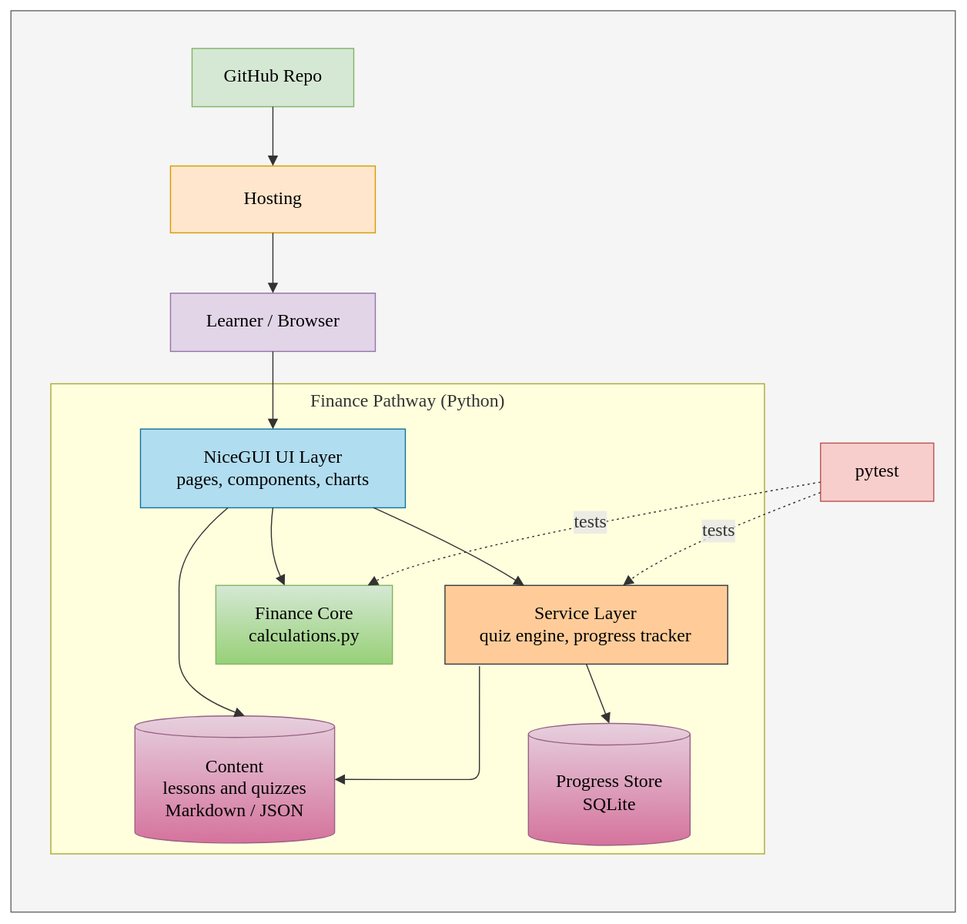
The draw.io diagram architecture-v1.svg in LithikhaB/finance-pathway, before a commit. Source tidied: cells renumbered, new cells last; positions are measured from the earlier drawing's top-left corner, leaving out a move shared by most shapes.
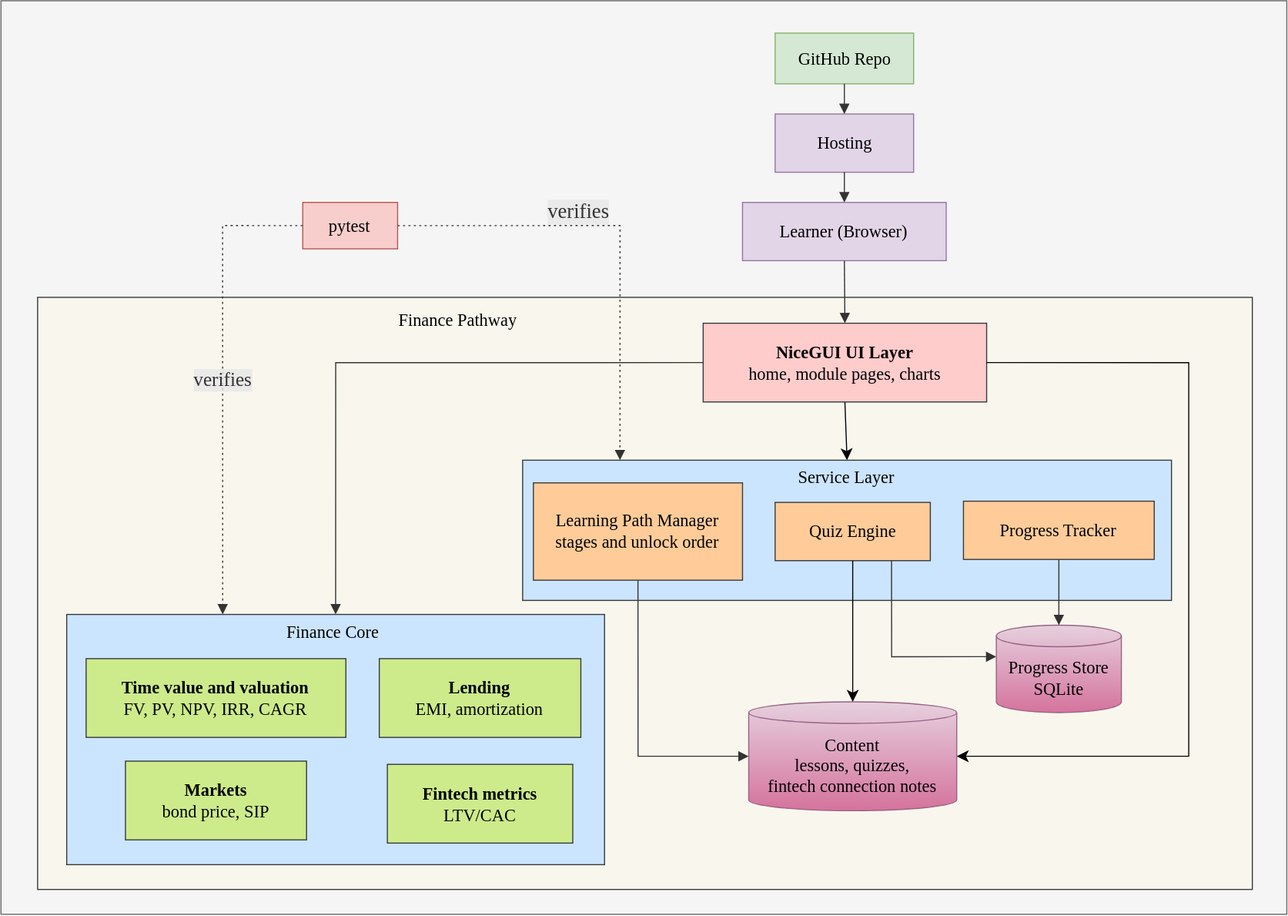
Later version of the same file.

What changed in the source:
```diff
@@ -2,97 +2,103 @@
   <root>
     <mxCell id="0" />
     <mxCell id="1" parent="0" />
-    <mxCell id="2" style="group;transparentBounds=1;editIcon=1;lockedGroup=0;groupPadding=10;fontFamily=Verdana;fontSize=17;" parent="1" vertex="1">
-      <mxGeometry x="7" y="5" as="geometry" />
-    </mxCell>
-    <mxCell id="3" style="rounded=0;whiteSpace=wrap;html=1;fillColor=#f5f5f5;fontColor=#333333;strokeColor=#666666;" parent="2" vertex="1">
-      <mxGeometry x="-7" y="-5" width="876" height="836" as="geometry" />
-    </mxCell>
-    <mxCell id="4" value="Finance Pathway (Python)" style="html=1;whiteSpace=wrap;strokeWidth=1;verticalAlign=top;fillColor=light-dark(#ffffde,#1f2020);strokeColor=light-dark(#aaaa33,#cccccc);fontColor=light-dark(#333333,#cccccc);fontFamily=Verdana;fontSize=17;" parent="2" vertex="1">
-      <mxGeometry x="30" y="341" width="662" height="436" as="geometry" />
-    </mxCell>
-    <mxCell id="5" value="NiceGUI UI Layer&#10;pages, components, charts" style="html=1;whiteSpace=wrap;strokeWidth=1;fillColor=#b1ddf0;strokeColor=#10739e;fontFamily=Verdana;fontSize=17;" parent="4" vertex="1">
-      <mxGeometry x="83.2" y="42" width="245.7" height="73" as="geometry" />
-    </mxCell>
-    <mxCell id="6" value="Service Layer&#10;quiz engine, progress tracker" style="html=1;whiteSpace=wrap;strokeWidth=1;fillColor=#ffcc99;strokeColor=#36393d;fontFamily=Verdana;fontSize=17;" parent="4" vertex="1">
-      <mxGeometry x="365.6" y="187" width="262.3" height="73" as="geometry" />
-    </mxCell>
-    <mxCell id="7" value="Finance Core&#10;calculations.py" style="html=1;whiteSpace=wrap;strokeWidth=1;fillColor=#d5e8d4;strokeColor=#82b366;fontFamily=Verdana;fontSize=17;gradientColor=#97d077;" parent="4" vertex="1">
-      <mxGeometry x="153.1" y="187" width="163.8" height="73" as="geometry" />
-    </mxCell>
-    <mxCell id="8" value="Content&#10;lessons and quizzes&#10;Markdown / JSON" style="html=1;shape=cylinder3;boundedLbl=1;backgroundOutline=1;size=10;strokeWidth=1;whiteSpace=wrap;fillColor=#e6d0de;strokeColor=#996185;fontFamily=Verdana;fontSize=17;gradientColor=#d5739d;" parent="4" vertex="1">
-      <mxGeometry x="78" y="308" width="185.2" height="118" as="geometry" />
-    </mxCell>
-    <mxCell id="9" style="curved=1;startArrow=none;endArrow=block;endSize=7;strokeColor=light-dark(#333333,#cccccc);exitX=0.88;exitY=1;entryX=0.28;entryY=0;rounded=0;fontSize=17;fontFamily=Verdana;" parent="4" edge="1" source="5" target="6">
-      <mxGeometry relative="1" as="geometry">
-        <Array as="points">
-          <mxPoint x="384.1" y="153" />
-        </Array>
-      </mxGeometry>
-    </mxCell>
-    <mxCell id="10" style="curved=1;startArrow=none;endArrow=block;endSize=7;strokeColor=light-dark(#333333,#cccccc);exitX=0.5;exitY=1;entryX=0.39;entryY=0;rounded=0;fontSize=17;fontFamily=Verdana;" parent="4" edge="1" source="5" target="7">
-      <mxGeometry relative="1" as="geometry">
-        <Array as="points">
-          <mxPoint x="200.8" y="153" />
-        </Array>
-      </mxGeometry>
-    </mxCell>
-    <mxCell id="11" style="curved=1;startArrow=none;endArrow=block;endSize=7;strokeColor=light-dark(#333333,#cccccc);exitX=0.33;exitY=1;entryX=0.55;entryY=0;rounded=0;fontSize=17;fontFamily=Verdana;" parent="4" edge="1" source="5" target="8">
-      <mxGeometry relative="1" as="geometry">
-        <Array as="points">
-          <mxPoint x="118.9" y="153" />
-          <mxPoint x="118.9" y="224" />
-          <mxPoint x="118.9" y="285" />
-        </Array>
-      </mxGeometry>
-    </mxCell>
-    <mxCell id="12" style="startArrow=none;endArrow=block;endSize=7;strokeColor=light-dark(#333333,#cccccc);exitX=0.122;exitY=1.027;entryX=1;entryY=0.5;rounded=1;fontSize=17;fontFamily=Verdana;entryDx=0;entryDy=0;entryPerimeter=0;edgeStyle=orthogonalEdgeStyle;exitDx=0;exitDy=0;exitPerimeter=0;" parent="4" edge="1" source="6" target="8">
-      <mxGeometry relative="1" as="geometry">
-        <Array as="points">
-          <mxPoint x="397.6" y="367.1" />
-        </Array>
-      </mxGeometry>
-    </mxCell>
-    <mxCell id="13" value="Learner / Browser" style="html=1;whiteSpace=wrap;strokeWidth=1;fillColor=#e1d5e7;strokeColor=#9673a6;fontFamily=Verdana;fontSize=17;" parent="2" vertex="1">
-      <mxGeometry x="141" y="257" width="190" height="54" as="geometry" />
-    </mxCell>
+    <mxCell id="24" style="rounded=0;whiteSpace=wrap;html=1;fillColor=#f5f5f5;fontColor=#333333;strokeColor=#666666;" parent="1" vertex="1">
+      <mxGeometry x="128" y="16" width="1193" height="847" as="geometry" />
+    </mxCell>
+    <mxCell id="25" style="rounded=0;whiteSpace=wrap;html=1;fillColor=#f9f7ed;strokeColor=#36393d;" parent="1" vertex="1">
+      <mxGeometry x="162" y="291" width="1127" height="549" as="geometry" />
+    </mxCell>
+    <mxCell id="26" value="Service Layer" style="html=1;whiteSpace=wrap;strokeWidth=1;verticalAlign=top;fillColor=#cce5ff;strokeColor=#36393d;fontFamily=Verdana;fontSize=16;" parent="1" vertex="1">
+      <mxGeometry x="612" y="442" width="602" height="130" as="geometry" />
+    </mxCell>
+    <mxCell id="27" value="Learner (Browser)" style="html=1;whiteSpace=wrap;strokeWidth=1;fillColor=#e1d5e7;strokeColor=#9673a6;fontFamily=Verdana;fontSize=16;" parent="1" vertex="1">
+      <mxGeometry x="816" y="203" width="189" height="54" as="geometry" />
+    </mxCell>
-    <mxCell id="14" value="pytest" style="html=1;whiteSpace=wrap;strokeWidth=1;fillColor=#f8cecc;strokeColor=#b85450;fontFamily=Verdana;fontSize=17;" parent="2" vertex="1">
-      <mxGeometry x="744" y="396" width="105" height="54" as="geometry" />
+    <mxCell id="14" value="pytest" style="html=1;whiteSpace=wrap;strokeWidth=1;fillColor=#f8cecc;strokeColor=#b85450;fontFamily=Verdana;fontSize=16;" parent="1" vertex="1">
+      <mxGeometry x="408" y="203" width="88" height="43" as="geometry" />
     </mxCell>
-    <mxCell id="15" value="GitHub Repo" style="html=1;whiteSpace=wrap;strokeWidth=1;fillColor=#d5e8d4;strokeColor=#82b366;fontFamily=Verdana;fontSize=17;" parent="2" vertex="1">
-      <mxGeometry x="161" y="30" width="150" height="54" as="geometry" />
+    <mxCell id="15" value="GitHub Repo" style="html=1;whiteSpace=wrap;strokeWidth=1;fillColor=#d5e8d4;strokeColor=#82b366;fontFamily=Verdana;fontSize=16;" parent="1" vertex="1">
+      <mxGeometry x="846.2" y="46" width="128.5" height="47" as="geometry" />
     </mxCell>
-    <mxCell id="16" value="Hosting" style="html=1;whiteSpace=wrap;strokeWidth=1;fillColor=#ffe6cc;strokeColor=#d79b00;fontFamily=Verdana;fontSize=17;" parent="2" vertex="1">
-      <mxGeometry x="141" y="139" width="190" height="62" as="geometry" />
+    <mxCell id="16" value="Hosting" style="html=1;whiteSpace=wrap;strokeWidth=1;fillColor=#e1d5e7;strokeColor=#9673a6;fontFamily=Verdana;fontSize=16;" parent="1" vertex="1">
+      <mxGeometry x="846.2" y="121" width="128.5" height="54" as="geometry" />
     </mxCell>
-    <mxCell id="17" style="curved=1;startArrow=none;endArrow=block;endSize=7;strokeColor=light-dark(#333333,#cccccc);exitX=0.5;exitY=1;entryX=0.5;entryY=0;rounded=0;fontSize=17;fontFamily=Verdana;" parent="2" edge="1" source="13" target="5">
-      <mxGeometry relative="1" as="geometry" />
-    </mxCell>
-    <mxCell id="18" value="tests" style="curved=1;dashed=1;dashPattern=2 3;fixDash=1;startArrow=none;endArrow=block;endSize=7;strokeColor=light-dark(#333333,#cccccc);html=1;fontSize=17;labelBackgroundColor=light-dark(#E8E8E88D,#2a2a2a8D);fontFamily=Verdana;fontColor=light-dark(#333333,#cccccc);exitX=0;exitY=0.67;entryX=0.86;entryY=0;rounded=0;" parent="2" edge="1" source="14" target="7">
-      <mxGeometry relative="1" as="geometry">
-        <Array as="points">
-          <mxPoint x="387" y="494" />
-        </Array>
-      </mxGeometry>
-    </mxCell>
-    <mxCell id="19" value="tests" style="curved=1;dashed=1;dashPattern=2 3;fixDash=1;startArrow=none;endArrow=block;endSize=7;strokeColor=light-dark(#333333,#cccccc);html=1;fontSize=17;labelBackgroundColor=light-dark(#E8E8E88D,#2a2a2a8D);fontFamily=Verdana;fontColor=light-dark(#333333,#cccccc);exitX=0;exitY=0.85;entryX=0.63;entryY=0;rounded=0;" parent="2" edge="1" source="14" target="6">
-      <mxGeometry relative="1" as="geometry">
-        <Array as="points">
-          <mxPoint x="606" y="494" />
-        </Array>
-      </mxGeometry>
-    </mxCell>
+    <mxCell id="28" style="curved=1;startArrow=none;endArrow=block;endSize=7;strokeColor=light-dark(#333333,#cccccc);exitX=0.5;exitY=1;entryX=0.5;entryY=0;rounded=0;fontSize=16;fontFamily=Verdana;" parent="1" edge="1" source="27" target="37">
+      <mxGeometry relative="1" as="geometry" />
+    </mxCell>
+    <mxCell id="29" value="&lt;font style=&quot;font-size: 18px;&quot;&gt;verifies&lt;/font&gt;" style="dashed=1;dashPattern=2 3;fixDash=1;startArrow=none;endArrow=block;endSize=7;strokeColor=light-dark(#333333,#cccccc);html=1;fontSize=16;labelBackgroundColor=light-dark(#E8E8E88D,#2a2a2a8D);fontFamily=Verdana;fontColor=light-dark(#333333,#cccccc);exitX=0;exitY=0.5;entryX=0.29;entryY=0;rounded=0;exitDx=0;exitDy=0;edgeStyle=orthogonalEdgeStyle;" parent="1" edge="1" source="14" target="45">
+      <mxGeometry relative="1" as="geometry" />
+    </mxCell>
+    <mxCell id="30" value="&lt;font style=&quot;font-size: 19px;&quot;&gt;verifies&lt;/font&gt;" style="dashed=1;dashPattern=2 3;fixDash=1;startArrow=none;endArrow=block;endSize=7;strokeColor=light-dark(#333333,#cccccc);html=1;fontSize=16;labelBackgroundColor=light-dark(#E8E8E88D,#2a2a2a8D);fontFamily=Verdana;fontColor=light-dark(#333333,#cccccc);exitX=1;exitY=0.5;entryX=0.15;entryY=0;rounded=0;exitDx=0;exitDy=0;edgeStyle=orthogonalEdgeStyle;" parent="1" edge="1" source="14" target="26">
+      <mxGeometry x="-0.21" y="13" relative="1" as="geometry" />
+    </mxCell>
-    <mxCell id="20" style="curved=1;startArrow=none;endArrow=block;endSize=7;strokeColor=light-dark(#333333,#cccccc);exitX=0.5;exitY=1;entryX=0.5;entryY=0;rounded=0;fontSize=17;fontFamily=Verdana;" parent="2" edge="1" source="15" target="16">
+    <mxCell id="20" style="curved=1;startArrow=none;endArrow=block;endSize=7;strokeColor=light-dark(#333333,#cccccc);exitX=0.5;exitY=1;entryX=0.5;entryY=0;rounded=0;fontSize=16;fontFamily=Verdana;" parent="1" edge="1" source="15" target="16">
       <mxGeometry relative="1" as="geometry" />
     </mxCell>
-    <mxCell id="21" style="curved=1;startArrow=none;endArrow=block;endSize=7;strokeColor=light-dark(#333333,#cccccc);exitX=0.5;exitY=1;entryX=0.5;entryY=0;rounded=0;fontSize=17;fontFamily=Verdana;" parent="2" edge="1" source="16" target="13">
-      <mxGeometry relative="1" as="geometry" />
-    </mxCell>
+    <mxCell id="31" style="curved=1;startArrow=none;endArrow=block;endSize=7;strokeColor=light-dark(#333333,#cccccc);exitX=0.5;exitY=1;entryX=0.5;entryY=0;rounded=0;fontSize=16;fontFamily=Verdana;" parent="1" edge="1" source="16" target="27">
+      <mxGeometry relative="1" as="geometry" />
+    </mxCell>
+    <mxCell id="32" style="startArrow=none;endArrow=block;endSize=7;strokeColor=light-dark(#333333,#cccccc);exitX=0.5;exitY=1;entryX=0;entryY=0.5;rounded=0;fontSize=16;entryDx=0;entryDy=0;entryPerimeter=0;edgeStyle=orthogonalEdgeStyle;fontFamily=Verdana;" parent="1" edge="1" source="35" target="40">
+      <mxGeometry relative="1" as="geometry" />
+    </mxCell>
+    <mxCell id="33" value="Quiz Engine" style="html=1;whiteSpace=wrap;strokeWidth=1;fillColor=#ffcc99;strokeColor=#36393d;fontFamily=Verdana;fontSize=16;" parent="1" vertex="1">
+      <mxGeometry x="846.2" y="481.1" width="144" height="54" as="geometry" />
+    </mxCell>
+    <mxCell id="34" style="startArrow=none;endArrow=block;endSize=7;strokeColor=light-dark(#333333,#cccccc);exitX=0.75;exitY=1;entryX=0;entryY=0.36;rounded=0;fontSize=16;edgeStyle=orthogonalEdgeStyle;exitDx=0;exitDy=0;fontFamily=Verdana;" parent="1" edge="1" source="33" target="22">
+      <mxGeometry relative="1" as="geometry" />
+    </mxCell>
+    <mxCell id="35" value="Learning Path Manager&#10;stages and unlock order" style="html=1;whiteSpace=wrap;strokeWidth=1;fillColor=#ffcc99;strokeColor=#36393d;fontFamily=Verdana;fontSize=16;" parent="1" vertex="1">
+      <mxGeometry x="622" y="463" width="194" height="90.2" as="geometry" />
+    </mxCell>
+    <mxCell id="36" style="edgeStyle=none;curved=1;rounded=0;jettySize=auto;html=1;exitX=0.5;exitY=1;exitDx=0;exitDy=0;entryX=0.5;entryY=0;entryDx=0;entryDy=0;fontSize=16;startSize=8;endSize=8;fontFamily=Verdana;" parent="1" edge="1" source="37" target="26">
+      <mxGeometry relative="1" as="geometry" />
+    </mxCell>
+    <mxCell id="37" value="&lt;b&gt;NiceGUI UI Layer&lt;/b&gt;&lt;br&gt;home, module pages, charts" style="html=1;whiteSpace=wrap;strokeWidth=1;fillColor=#ffcccc;strokeColor=#36393d;fontFamily=Verdana;fontSize=16;" parent="1" vertex="1">
+      <mxGeometry x="779.5" y="315" width="263" height="73" as="geometry" />
+    </mxCell>
-    <mxCell id="22" value="Progress Store&#10;SQLite" style="html=1;shape=cylinder3;boundedLbl=1;backgroundOutline=1;size=10;strokeWidth=1;whiteSpace=wrap;fillColor=#e6d0de;strokeColor=#996185;fontFamily=Verdana;fontSize=17;gradientColor=#d5739d;" parent="2" vertex="1">
-      <mxGeometry x="473" y="656" width="150" height="113" as="geometry" />
+    <mxCell id="22" value="Progress Store&#10;SQLite" style="html=1;shape=cylinder3;boundedLbl=1;backgroundOutline=1;size=10;strokeWidth=1;whiteSpace=wrap;fillColor=#e6d0de;strokeColor=#996185;fontFamily=Verdana;fontSize=16;gradientColor=#d5739d;" parent="1" vertex="1">
+      <mxGeometry x="1051.5" y="595" width="116" height="81" as="geometry" />
     </mxCell>
-    <mxCell id="23" style="curved=1;startArrow=none;endArrow=block;endSize=7;strokeColor=light-dark(#333333,#cccccc);exitX=0.5;exitY=1;entryX=0.5;entryY=0;rounded=0;fontSize=17;fontFamily=Verdana;" parent="2" edge="1" source="6" target="22">
-      <mxGeometry relative="1" as="geometry" />
-    </mxCell>
+    <mxCell id="38" style="startArrow=none;endArrow=block;endSize=7;strokeColor=light-dark(#333333,#cccccc);exitX=0;exitY=0.5;entryX=0.5;entryY=0;rounded=0;fontSize=16;exitDx=0;exitDy=0;edgeStyle=orthogonalEdgeStyle;entryDx=0;entryDy=0;fontFamily=Verdana;" parent="1" edge="1" source="37" target="45">
+      <mxGeometry relative="1" as="geometry" />
+    </mxCell>
+    <mxCell id="39" style="curved=1;startArrow=none;endArrow=block;endSize=7;strokeColor=light-dark(#333333,#cccccc);exitX=0.5;exitY=1;entryX=0.5;entryY=0;rounded=0;fontSize=16;exitDx=0;exitDy=0;fontFamily=Verdana;" parent="1" edge="1" source="41" target="22">
+      <mxGeometry relative="1" as="geometry" />
+    </mxCell>
+    <mxCell id="40" value="Content&#10;lessons, quizzes,&#10;fintech connection notes" style="html=1;shape=cylinder3;boundedLbl=1;backgroundOutline=1;size=10;strokeWidth=1;whiteSpace=wrap;fillColor=#e6d0de;strokeColor=#996185;fontFamily=Verdana;fontSize=16;gradientColor=#d5739d;" parent="1" vertex="1">
+      <mxGeometry x="821.8" y="666" width="193" height="101" as="geometry" />
+    </mxCell>
+    <mxCell id="41" value="Progress Tracker" style="html=1;whiteSpace=wrap;strokeWidth=1;fillColor=#ffcc99;strokeColor=#36393d;fontFamily=Verdana;fontSize=16;" parent="1" vertex="1">
+      <mxGeometry x="1021" y="480" width="177" height="54" as="geometry" />
+    </mxCell>
+    <mxCell id="42" style="edgeStyle=none;curved=1;rounded=0;jettySize=auto;html=1;exitX=0.5;exitY=1;exitDx=0;exitDy=0;entryX=0.5;entryY=0;entryDx=0;entryDy=0;entryPerimeter=0;fontSize=12;startSize=8;endSize=8;" parent="1" edge="1" source="33" target="40">
+      <mxGeometry relative="1" as="geometry" />
+    </mxCell>
+    <mxCell id="43" style="edgeStyle=orthogonalEdgeStyle;rounded=0;jettySize=auto;html=1;exitX=1;exitY=0.5;exitDx=0;exitDy=0;entryX=1;entryY=0.5;entryDx=0;entryDy=0;entryPerimeter=0;fontSize=12;startSize=8;endSize=8;libavoidRouting=1;" parent="1" edge="1" source="37" target="40">
+      <mxGeometry relative="1" as="geometry">
+        <Array as="points">
+          <mxPoint x="1230" y="352" />
+          <mxPoint x="1230" y="717" />
+        </Array>
+      </mxGeometry>
+    </mxCell>
+    <mxCell id="44" value="Finance Pathway" style="text;html=1;whiteSpace=wrap;strokeColor=none;fillColor=none;align=center;verticalAlign=middle;rounded=0;fontFamily=Verdana;fontSize=16;" parent="1" vertex="1">
+      <mxGeometry x="483" y="297" width="139" height="30" as="geometry" />
+    </mxCell>
+    <mxCell id="45" value="Finance Core&amp;nbsp;" style="html=1;whiteSpace=wrap;strokeWidth=1;verticalAlign=top;fillColor=#cce5ff;strokeColor=#36393d;fontFamily=Verdana;fontSize=16;" parent="1" vertex="1">
+      <mxGeometry x="189" y="585" width="499" height="232" as="geometry" />
+    </mxCell>
+    <mxCell id="46" value="&lt;b&gt;Time value and valuation&lt;/b&gt;&lt;br&gt;FV, PV, NPV, IRR, CAGR" style="html=1;whiteSpace=wrap;strokeWidth=1;fillColor=#cdeb8b;strokeColor=#36393d;fontFamily=Verdana;fontSize=16;" parent="1" vertex="1">
+      <mxGeometry x="207" y="626" width="241" height="73" as="geometry" />
+    </mxCell>
+    <mxCell id="47" value="&lt;b&gt;Lending&lt;/b&gt;&lt;br&gt;EMI, amortization" style="html=1;whiteSpace=wrap;strokeWidth=1;fillColor=#cdeb8b;strokeColor=#36393d;fontFamily=Verdana;fontSize=16;" parent="1" vertex="1">
+      <mxGeometry x="479" y="626" width="187" height="73" as="geometry" />
+    </mxCell>
+    <mxCell id="48" value="&lt;b&gt;Markets&lt;br&gt;&lt;/b&gt;bond price, SIP" style="html=1;whiteSpace=wrap;strokeWidth=1;fillColor=#cdeb8b;strokeColor=#36393d;fontFamily=Verdana;fontSize=16;" parent="1" vertex="1">
+      <mxGeometry x="243.5" y="721" width="168" height="73" as="geometry" />
+    </mxCell>
+    <mxCell id="49" value="&lt;b&gt;Fintech metrics&lt;br&gt;&lt;/b&gt;LTV/CAC" style="html=1;whiteSpace=wrap;strokeWidth=1;fillColor=#cdeb8b;strokeColor=#36393d;fontFamily=Verdana;fontSize=16;" parent="1" vertex="1">
+      <mxGeometry x="486.5" y="724" width="172" height="73" as="geometry" />
+    </mxCell>
   </root>
 </mxGraphModel>
```
